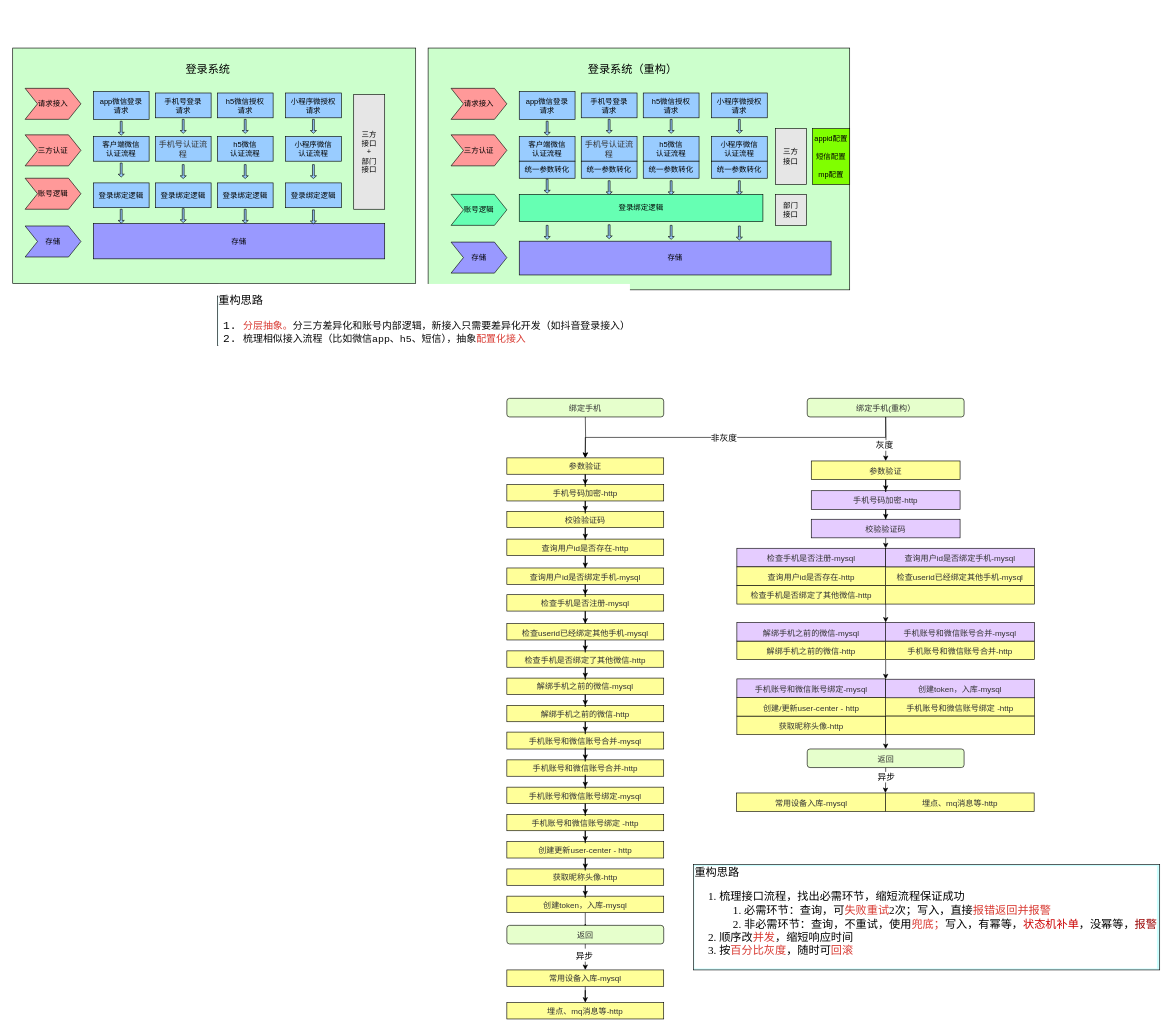
Before: 登录服务重构.drawio in xiell2016/hetaoDesign, a draw.io diagram. Source tidied: cells renumbered, new cells numbered last; positions are measured from the earlier drawing's top-left corner, leaving out a move shared by most shapes. Both pictures are drawn from the tidied source at 62%, with x=0, y=0 at pixel (12, 48).
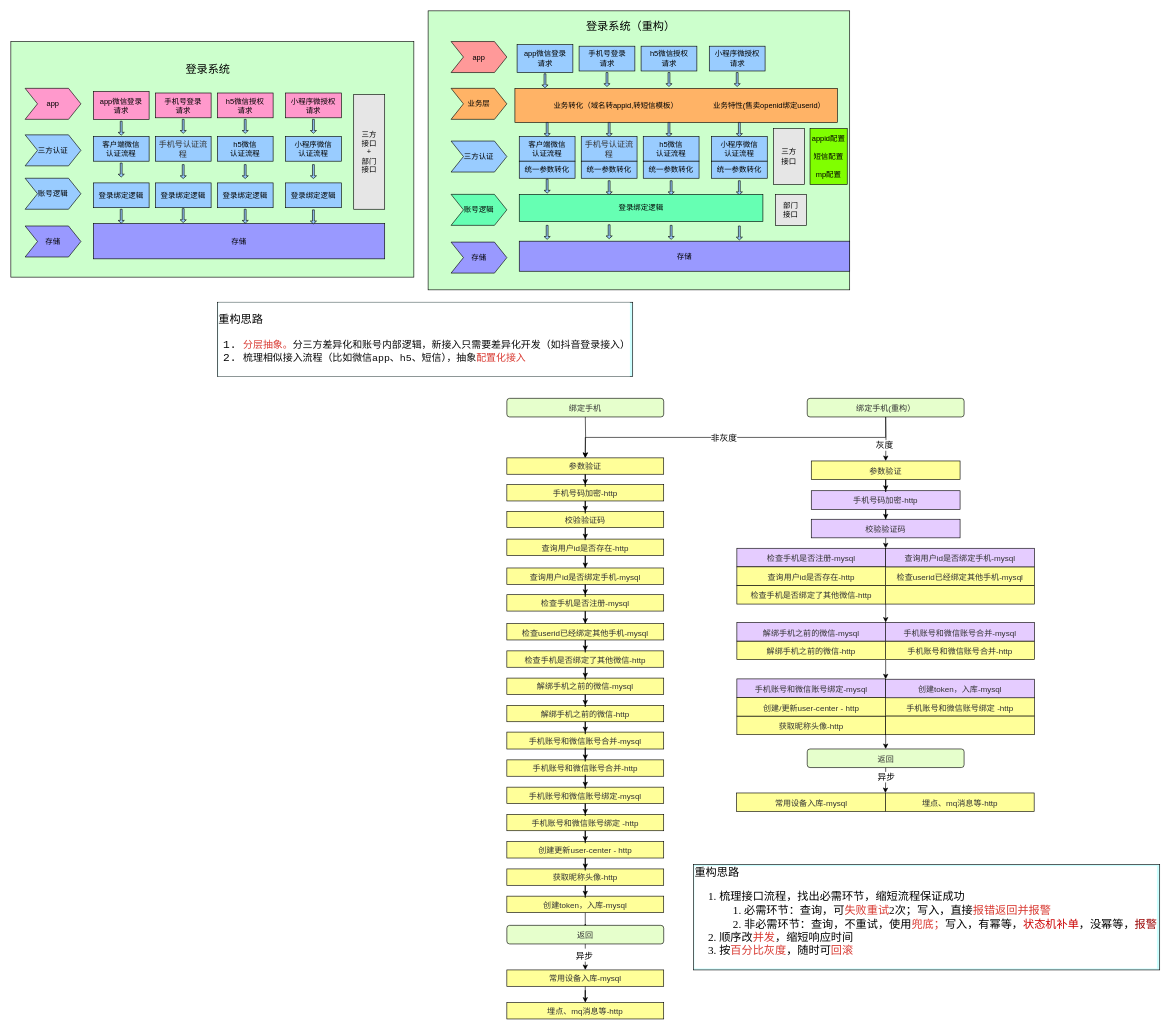
The same diagram, later.

Commit message:
更新登录服务重构.drawio

What changed in the source:
```diff
@@
     <mxCell id="3" style="rounded=0;whiteSpace=wrap;html=1;fillColor=#CCFFCC;" parent="1" vertex="1">
-      <mxGeometry width="650" height="380" as="geometry" />
+      <mxGeometry x="-3" y="-10.5" width="650" height="380" as="geometry" />
     </mxCell>
-    <mxCell id="4" value="请求接入" style="shape=step;perimeter=stepPerimeter;whiteSpace=wrap;html=1;fixedSize=1;fillColor=#FF9999;" parent="1" vertex="1">
+    <mxCell id="4" value="app" style="shape=step;perimeter=stepPerimeter;whiteSpace=wrap;html=1;fixedSize=1;fillColor=#FF99CC;" parent="1" vertex="1">
       <mxGeometry x="20" y="65" width="90" height="50" as="geometry" />
     </mxCell>
-    <mxCell id="5" value="三方认证" style="shape=step;perimeter=stepPerimeter;whiteSpace=wrap;html=1;fixedSize=1;fillColor=#FF9999;" parent="1" vertex="1">
+    <mxCell id="5" value="三方认证" style="shape=step;perimeter=stepPerimeter;whiteSpace=wrap;html=1;fixedSize=1;fillColor=#99CCFF;" parent="1" vertex="1">
       <mxGeometry x="20" y="140" width="90" height="50" as="geometry" />
     </mxCell>
-    <mxCell id="6" value="账号逻辑" style="shape=step;perimeter=stepPerimeter;whiteSpace=wrap;html=1;fixedSize=1;fillColor=#FF9999;" parent="1" vertex="1">
+    <mxCell id="6" value="账号逻辑" style="shape=step;perimeter=stepPerimeter;whiteSpace=wrap;html=1;fixedSize=1;fillColor=#99CCFF;" parent="1" vertex="1">
       <mxGeometry x="20" y="210" width="90" height="50" as="geometry" />
     </mxCell>
@@
-    <mxCell id="8" value="app微信登录&lt;br&gt;请求" style="whiteSpace=wrap;html=1;fillColor=#99CCFF;" parent="1" vertex="1">
+    <mxCell id="8" value="app微信登录&lt;br&gt;请求" style="whiteSpace=wrap;html=1;fillColor=#FF99CC;" parent="1" vertex="1">
       <mxGeometry x="130" y="70" width="90" height="45" as="geometry" />
     </mxCell>
-    <mxCell id="9" value="&lt;div class=&quot;mind-clipboard&quot;&gt;手机号登录&lt;div&gt;请求&lt;/div&gt;&lt;/div&gt;" style="whiteSpace=wrap;html=1;fillColor=#99CCFF;" parent="1" vertex="1">
+    <mxCell id="9" value="&lt;div class=&quot;mind-clipboard&quot;&gt;手机号登录&lt;div&gt;请求&lt;/div&gt;&lt;/div&gt;" style="whiteSpace=wrap;html=1;fillColor=#FF99CC;" parent="1" vertex="1">
       <mxGeometry x="230" y="72.5" width="90" height="40" as="geometry" />
     </mxCell>
-    <mxCell id="10" value="&lt;div class=&quot;mind-clipboard&quot;&gt;h5微信&lt;span style=&quot;font-size: inherit&quot;&gt;授权&lt;/span&gt;&lt;div&gt;请求&lt;/div&gt;&lt;/div&gt;" style="whiteSpace=wrap;html=1;fillColor=#99CCFF;" parent="1" vertex="1">
+    <mxCell id="10" value="&lt;div class=&quot;mind-clipboard&quot;&gt;h5微信&lt;span style=&quot;font-size: inherit&quot;&gt;授权&lt;/span&gt;&lt;div&gt;请求&lt;/div&gt;&lt;/div&gt;" style="whiteSpace=wrap;html=1;fillColor=#FF99CC;" parent="1" vertex="1">
       <mxGeometry x="330" y="72.5" width="90" height="40" as="geometry" />
     </mxCell>
-    <mxCell id="11" value="&lt;div class=&quot;mind-clipboard&quot;&gt;小程序微&lt;span style=&quot;font-size: inherit&quot;&gt;授权&lt;/span&gt;&lt;div&gt;请求&lt;/div&gt;&lt;/div&gt;" style="whiteSpace=wrap;html=1;fillColor=#99CCFF;" parent="1" vertex="1">
+    <mxCell id="11" value="&lt;div class=&quot;mind-clipboard&quot;&gt;小程序微&lt;span style=&quot;font-size: inherit&quot;&gt;授权&lt;/span&gt;&lt;div&gt;请求&lt;/div&gt;&lt;/div&gt;" style="whiteSpace=wrap;html=1;fillColor=#FF99CC;" parent="1" vertex="1">
       <mxGeometry x="440" y="72.5" width="90" height="40" as="geometry" />
     </mxCell>
@@
     <mxCell id="35" style="rounded=0;whiteSpace=wrap;html=1;fillColor=#CCFFCC;" parent="1" vertex="1">
-      <mxGeometry x="670" width="680" height="390" as="geometry" />
+      <mxGeometry x="670" y="-60" width="680" height="450" as="geometry" />
     </mxCell>
-    <mxCell id="36" value="请求接入" style="shape=step;perimeter=stepPerimeter;whiteSpace=wrap;html=1;fixedSize=1;fillColor=#FF9999;" parent="1" vertex="1">
+    <mxCell id="36" value="业务层" style="shape=step;perimeter=stepPerimeter;whiteSpace=wrap;html=1;fixedSize=1;fillColor=#FFB366;" parent="1" vertex="1">
       <mxGeometry x="707" y="65" width="90" height="50" as="geometry" />
     </mxCell>
-    <mxCell id="37" value="三方认证" style="shape=step;perimeter=stepPerimeter;whiteSpace=wrap;html=1;fixedSize=1;fillColor=#FF9999;" parent="1" vertex="1">
-      <mxGeometry x="707" y="140" width="90" height="50" as="geometry" />
+    <mxCell id="37" value="三方认证" style="shape=step;perimeter=stepPerimeter;whiteSpace=wrap;html=1;fixedSize=1;fillColor=#99CCFF;" parent="1" vertex="1">
+      <mxGeometry x="707" y="150" width="90" height="50" as="geometry" />
     </mxCell>
@@
     <mxCell id="40" value="app微信登录&lt;br&gt;请求" style="whiteSpace=wrap;html=1;fillColor=#99CCFF;" parent="1" vertex="1">
-      <mxGeometry x="817" y="70" width="90" height="45" as="geometry" />
+      <mxGeometry x="813.5" y="-5.5" width="90" height="45" as="geometry" />
     </mxCell>
     <mxCell id="41" value="&lt;div class=&quot;mind-clipboard&quot;&gt;手机号登录&lt;div&gt;请求&lt;/div&gt;&lt;/div&gt;" style="whiteSpace=wrap;html=1;fillColor=#99CCFF;" parent="1" vertex="1">
-      <mxGeometry x="917" y="72.5" width="90" height="40" as="geometry" />
+      <mxGeometry x="913.5" y="-3" width="90" height="40" as="geometry" />
     </mxCell>
     <mxCell id="42" value="&lt;div class=&quot;mind-clipboard&quot;&gt;h5微信&lt;span style=&quot;font-size: inherit&quot;&gt;授权&lt;/span&gt;&lt;div&gt;请求&lt;/div&gt;&lt;/div&gt;" style="whiteSpace=wrap;html=1;fillColor=#99CCFF;" parent="1" vertex="1">
-      <mxGeometry x="1017" y="72.5" width="90" height="40" as="geometry" />
+      <mxGeometry x="1013.5" y="-3" width="90" height="40" as="geometry" />
     </mxCell>
     <mxCell id="43" value="&lt;div class=&quot;mind-clipboard&quot;&gt;小程序微&lt;span style=&quot;font-size: inherit&quot;&gt;授权&lt;/span&gt;&lt;div&gt;请求&lt;/div&gt;&lt;/div&gt;" style="whiteSpace=wrap;html=1;fillColor=#99CCFF;" parent="1" vertex="1">
-      <mxGeometry x="1127" y="72.5" width="90" height="40" as="geometry" />
+      <mxGeometry x="1123.5" y="-3" width="90" height="40" as="geometry" />
     </mxCell>
@@
     <mxCell id="48" value="存储" style="whiteSpace=wrap;html=1;fillColor=#9999FF;" parent="1" vertex="1">
-      <mxGeometry x="817" y="311.5" width="503" height="54.5" as="geometry" />
+      <mxGeometry x="817" y="311.5" width="533" height="48.5" as="geometry" />
     </mxCell>
     <mxCell id="49" style="shape=singleArrow;direction=south;whiteSpace=wrap;html=1;fillColor=#99CCFF;" parent="1" vertex="1">
-      <mxGeometry x="857" y="118" width="10" height="22.5" as="geometry" />
+      <mxGeometry x="853.5" y="41.5" width="10" height="22.5" as="geometry" />
     </mxCell>
@@
     <mxCell id="52" style="shape=singleArrow;direction=south;whiteSpace=wrap;html=1;fillColor=#99CCFF;" parent="1" vertex="1">
-      <mxGeometry x="957" y="115" width="10" height="22.5" as="geometry" />
+      <mxGeometry x="953.5" y="39.5" width="10" height="22.5" as="geometry" />
     </mxCell>
     <mxCell id="53" style="shape=singleArrow;direction=south;whiteSpace=wrap;html=1;fillColor=#99CCFF;" parent="1" vertex="1">
-      <mxGeometry x="1057" y="115" width="10" height="22.5" as="geometry" />
+      <mxGeometry x="1053.5" y="39.5" width="10" height="22.5" as="geometry" />
     </mxCell>
     <mxCell id="54" style="shape=singleArrow;direction=south;whiteSpace=wrap;html=1;fillColor=#99CCFF;" parent="1" vertex="1">
-      <mxGeometry x="1167" y="115" width="10" height="22.5" as="geometry" />
+      <mxGeometry x="1163.5" y="39.5" width="10" height="22.5" as="geometry" />
     </mxCell>
@@
     <mxCell id="62" value="&lt;font style=&quot;font-size: 18px&quot;&gt;登录系统（重构）&lt;/font&gt;" style="text;html=1;strokeColor=none;fillColor=none;align=center;verticalAlign=middle;whiteSpace=wrap;rounded=0;" parent="1" vertex="1">
-      <mxGeometry x="920" y="20" width="160" height="30" as="geometry" />
+      <mxGeometry x="917" y="-50" width="160" height="30" as="geometry" />
     </mxCell>
     <mxCell id="63" value="&lt;div class=&quot;mind-clipboard&quot;&gt;三方&lt;br&gt;&lt;/div&gt;&lt;div class=&quot;mind-clipboard&quot;&gt;接口&lt;/div&gt;" style="whiteSpace=wrap;html=1;fillColor=#E6E6E6;" parent="1" vertex="1">
-      <mxGeometry x="1230" y="130" width="50" height="90" as="geometry" />
+      <mxGeometry x="1227" y="130" width="50" height="90" as="geometry" />
     </mxCell>
@@
     <mxCell id="69" value="&lt;div class=&quot;mind-clipboard&quot;&gt;appid配置&lt;/div&gt;&lt;div class=&quot;mind-clipboard&quot;&gt;&lt;br&gt;&lt;/div&gt;&lt;div class=&quot;mind-clipboard&quot;&gt;短信配置&lt;/div&gt;&lt;div class=&quot;mind-clipboard&quot;&gt;&lt;br&gt;&lt;/div&gt;&lt;div class=&quot;mind-clipboard&quot;&gt;mp配置&lt;/div&gt;" style="whiteSpace=wrap;html=1;fillColor=#80FF00;" parent="1" vertex="1">
-      <mxGeometry x="1290" y="130" width="60" height="90" as="geometry" />
+      <mxGeometry x="1286" y="130" width="60" height="90" as="geometry" />
     </mxCell>
@@
     <mxCell id="147" value="&lt;pre style=&quot;font-family: &amp;#34;jetbrains mono&amp;#34; , monospace&quot;&gt;&lt;div class=&quot;okr-block-clipboard&quot; style=&quot;font-size: 9.8pt ; color: rgb(8 , 8 , 8)&quot;&gt;&lt;/div&gt;&lt;div&gt;&lt;font style=&quot;font-size: 18px&quot;&gt;重构思路&lt;/font&gt;&lt;/div&gt;&lt;ol start=&quot;1&quot; style=&quot;color: rgb(8 , 8 , 8)&quot;&gt;&lt;li class=&quot;&quot;&gt;&lt;font size=&quot;3&quot;&gt;&lt;span style=&quot;color: rgb(216 , 57 , 49)&quot;&gt;分层抽象。&lt;/span&gt;分三方差异化和账号内部逻辑，新接入只需要差异化开发（如抖音登录接入）&lt;/font&gt;&lt;/li&gt;&lt;li class=&quot;&quot;&gt;&lt;font size=&quot;3&quot;&gt;梳理相似接入流程（比如微信app、h5、短信），抽象&lt;span style=&quot;color: rgb(216 , 57 , 49)&quot;&gt;配置化接入&lt;/span&gt;&lt;/font&gt;&lt;/li&gt;&lt;/ol&gt;&lt;/pre&gt;" style="rounded=0;whiteSpace=wrap;html=1;labelBackgroundColor=#FFFFFF;fontFamily=Times New Roman;fontSize=18;fontColor=#000000;fillColor=#CCFFFF;align=left;" parent="1" vertex="1">
-      <mxGeometry x="330" y="400" width="553" height="80" as="geometry" />
+      <mxGeometry x="330" y="410" width="670" height="120" as="geometry" />
     </mxCell>
@@
+    <mxCell id="149" value="app" style="shape=step;perimeter=stepPerimeter;whiteSpace=wrap;html=1;fixedSize=1;fillColor=#FF9999;" parent="1" vertex="1">
+      <mxGeometry x="707" y="-10.5" width="90" height="50" as="geometry" />
+    </mxCell>
+    <mxCell id="150" value="&amp;nbsp; &amp;nbsp; &amp;nbsp; &amp;nbsp; &amp;nbsp; &amp;nbsp; &amp;nbsp; &amp;nbsp; &amp;nbsp; 业务转化（域名转appid,转短信模板）&amp;nbsp; &amp;nbsp; &amp;nbsp; &amp;nbsp; &amp;nbsp; &amp;nbsp; &amp;nbsp; &amp;nbsp; &amp;nbsp;业务特性(售卖openid绑定userid）&amp;nbsp; &amp;nbsp; &amp;nbsp;" style="whiteSpace=wrap;html=1;fillColor=#FFB366;" parent="1" vertex="1">
+      <mxGeometry x="810" y="65" width="520" height="55" as="geometry" />
+    </mxCell>
+    <mxCell id="151" style="shape=singleArrow;direction=south;whiteSpace=wrap;html=1;fillColor=#99CCFF;" parent="1" vertex="1">
+      <mxGeometry x="857" y="120" width="10" height="22.5" as="geometry" />
+    </mxCell>
+    <mxCell id="152" style="shape=singleArrow;direction=south;whiteSpace=wrap;html=1;fillColor=#99CCFF;" parent="1" vertex="1">
+      <mxGeometry x="957" y="120" width="10" height="22.5" as="geometry" />
+    </mxCell>
+    <mxCell id="153" style="shape=singleArrow;direction=south;whiteSpace=wrap;html=1;fillColor=#99CCFF;" parent="1" vertex="1">
+      <mxGeometry x="1053.5" y="120" width="10" height="22.5" as="geometry" />
+    </mxCell>
+    <mxCell id="154" style="shape=singleArrow;direction=south;whiteSpace=wrap;html=1;fillColor=#99CCFF;" parent="1" vertex="1">
+      <mxGeometry x="1167" y="120" width="10" height="22.5" as="geometry" />
+    </mxCell>
```
